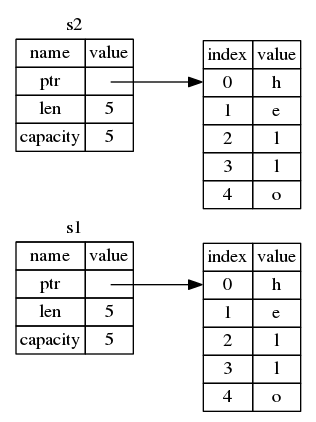
Before: src/img/foo4.png, a diagram exported from Graphviz (rust-lang/book). Its source is kept beside it as dot/foo4.dot. Its diagram source:
```dot
digraph {
    rankdir=LR;
    node [shape="plaintext"];

    table0[label=<<TABLE BORDER="0" CELLBORDER="1" CELLSPACING="0">
        <TR><TD COLSPAN="2" SIDES="B">s1</TD></TR>
        <TR><TD>name</TD><TD>value</TD></TR>
        <TR><TD>ptr</TD><TD PORT="pointer"></TD></TR>
        <TR><TD>len</TD><TD>5</TD></TR>
        <TR><TD>capacity</TD><TD>5</TD></TR>
    </TABLE>>];
    table1[label=<<TABLE BORDER="0" CELLBORDER="1" CELLSPACING="0">
        <TR><TD>index</TD><TD>value</TD></TR>
        <TR><TD PORT="pointee">0</TD><TD>h</TD></TR>
        <TR><TD>1</TD><TD>e</TD></TR>
        <TR><TD>2</TD><TD>l</TD></TR>
        <TR><TD>3</TD><TD>l</TD></TR>
        <TR><TD>4</TD><TD>o</TD></TR>
    </TABLE>>];

    table3[label=<<TABLE BORDER="0" CELLBORDER="1" CELLSPACING="0">
        <TR><TD COLSPAN="2" SIDES="B">s2</TD></TR>
        <TR><TD>name</TD><TD>value</TD></TR>
        <TR><TD>ptr</TD><TD PORT="pointer"></TD></TR>
        <TR><TD>len</TD><TD>5</TD></TR>
        <TR><TD>capacity</TD><TD>5</TD></TR>
    </TABLE>>];
    table4[label=<<TABLE BORDER="0" CELLBORDER="1" CELLSPACING="0">
        <TR><TD>index</TD><TD>value</TD></TR>
        <TR><TD PORT="pointee">0</TD><TD>h</TD></TR>
        <TR><TD>1</TD><TD>e</TD></TR>
        <TR><TD>2</TD><TD>l</TD></TR>
        <TR><TD>3</TD><TD>l</TD></TR>
        <TR><TD>4</TD><TD>o</TD></TR>
    </TABLE>>];


    edge[tailclip="false"];
    table0:pointer:c -> table1:pointee;
    table3:pointer:c -> table4:pointee;
}
```
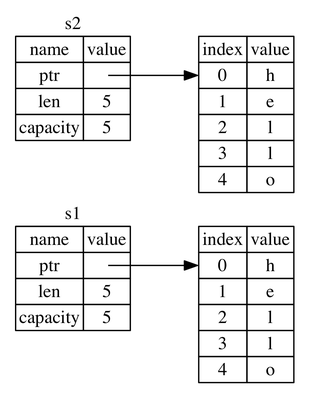
The same diagram one commit later.

Change to the diagram source:
```diff
@@ -1,5 +1,6 @@
 digraph {
     rankdir=LR;
+    dpi=300.0;
     node [shape="plaintext"];
 
     table0[label=<<TABLE BORDER="0" CELLBORDER="1" CELLSPACING="0">
```
